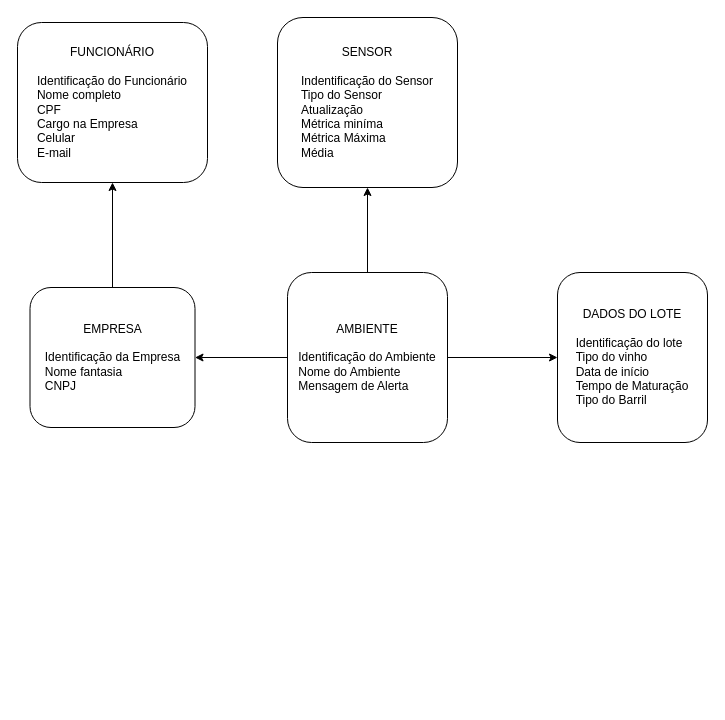
Above: Banco de Dados/Diagrama de Dados.drawio in giuliacarmona/Projeto-Diwine (draw.io), before the change. Source tidied: cells renumbered, new cells numbered last; positions are measured from the earlier drawing's top-left corner, leaving out a move shared by most shapes. Both pictures are drawn from the tidied source at 100%, with x=0, y=0 at pixel (17, 17).
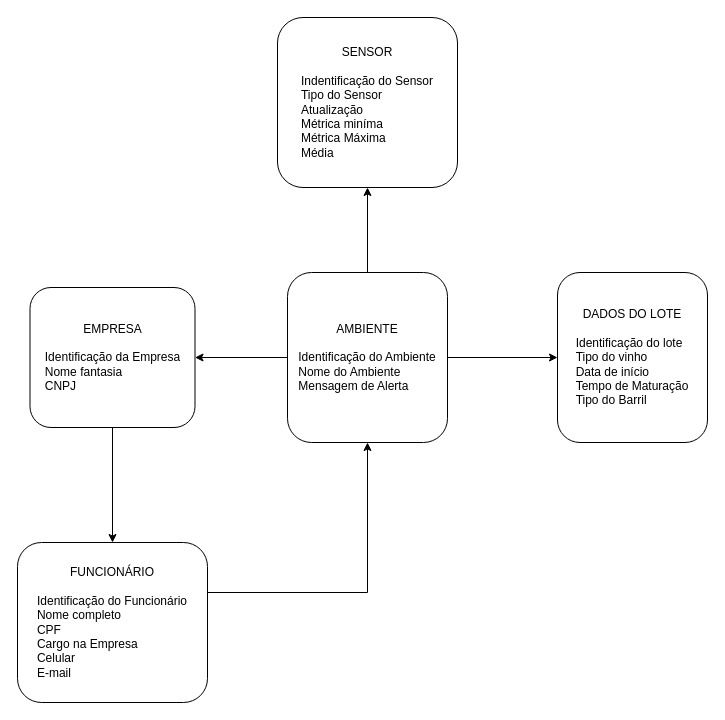
The same diagram, later.

Change to the diagram source:
```diff
@@
 <mxGraphModel>
   <root>
     <mxCell id="0" />
     <mxCell id="1" parent="0" />
     <mxCell id="2" value="&lt;div style=&quot;&quot;&gt;&lt;span style=&quot;background-color: initial;&quot;&gt;DADOS DO LOTE&lt;/span&gt;&lt;/div&gt;&lt;div style=&quot;&quot;&gt;&lt;br&gt;&lt;/div&gt;&lt;span style=&quot;background-color: initial;&quot;&gt;&lt;div style=&quot;text-align: left;&quot;&gt;&lt;span style=&quot;background-color: initial;&quot;&gt;Identificação do lote&lt;/span&gt;&lt;/div&gt;&lt;/span&gt;&lt;span style=&quot;background-color: initial;&quot;&gt;&lt;div style=&quot;text-align: left;&quot;&gt;&lt;span style=&quot;background-color: initial;&quot;&gt;Tipo do vinho&lt;/span&gt;&lt;/div&gt;&lt;/span&gt;&lt;span style=&quot;background-color: initial;&quot;&gt;&lt;div style=&quot;text-align: left;&quot;&gt;&lt;span style=&quot;background-color: initial;&quot;&gt;Data de início&lt;/span&gt;&lt;/div&gt;&lt;/span&gt;&lt;span style=&quot;background-color: initial;&quot;&gt;&lt;div style=&quot;text-align: left;&quot;&gt;&lt;span style=&quot;background-color: initial;&quot;&gt;Tempo de Maturação&lt;/span&gt;&lt;/div&gt;&lt;/span&gt;&lt;span style=&quot;background-color: initial;&quot;&gt;&lt;div style=&quot;text-align: left;&quot;&gt;&lt;span style=&quot;background-color: initial;&quot;&gt;Tipo do Barril&lt;/span&gt;&lt;/div&gt;&lt;/span&gt;&lt;div style=&quot;text-align: left;&quot;&gt;&lt;/div&gt;" style="rounded=1;whiteSpace=wrap;html=1;" parent="1" vertex="1">
       <mxGeometry x="540" y="255" width="150" height="170" as="geometry" />
     </mxCell>
     <mxCell id="3" value="&lt;div style=&quot;&quot;&gt;SENSOR&lt;/div&gt;&lt;div style=&quot;&quot;&gt;&lt;br&gt;&lt;/div&gt;&lt;div style=&quot;text-align: left;&quot;&gt;Indentificação do Sensor&lt;/div&gt;&lt;div style=&quot;text-align: left;&quot;&gt;Tipo do Sensor&lt;/div&gt;&lt;div style=&quot;text-align: left;&quot;&gt;Atualização&lt;/div&gt;&lt;div style=&quot;text-align: left;&quot;&gt;Métrica miníma&lt;/div&gt;&lt;div style=&quot;text-align: left;&quot;&gt;Métrica Máxima&lt;/div&gt;&lt;div style=&quot;text-align: left;&quot;&gt;Média&lt;/div&gt;&lt;div style=&quot;text-align: left;&quot;&gt;&lt;/div&gt;" style="rounded=1;whiteSpace=wrap;html=1;" parent="1" vertex="1">
       <mxGeometry x="260" width="180" height="170" as="geometry" />
     </mxCell>
     <mxCell id="4" style="edgeStyle=orthogonalEdgeStyle;rounded=0;jettySize=auto;html=1;" parent="1" edge="1" source="7" target="2">
       <mxGeometry relative="1" as="geometry" />
     </mxCell>
     <mxCell id="5" style="edgeStyle=orthogonalEdgeStyle;rounded=0;jettySize=auto;html=1;entryX=0.5;entryY=1;entryDx=0;entryDy=0;" parent="1" edge="1" source="7" target="3">
       <mxGeometry relative="1" as="geometry" />
     </mxCell>
     <mxCell id="6" style="edgeStyle=orthogonalEdgeStyle;rounded=0;jettySize=auto;html=1;" parent="1" edge="1" source="7" target="9">
       <mxGeometry relative="1" as="geometry" />
     </mxCell>
     <mxCell id="7" value="&lt;div style=&quot;&quot;&gt;AMBIENTE&lt;/div&gt;&lt;div style=&quot;&quot;&gt;&lt;br&gt;&lt;/div&gt;&lt;div style=&quot;text-align: left;&quot;&gt;Identificação do Ambiente&lt;/div&gt;&lt;div style=&quot;text-align: left;&quot;&gt;Nome do Ambiente&lt;/div&gt;&lt;div style=&quot;text-align: left;&quot;&gt;Mensagem de Alerta&lt;/div&gt;&lt;div style=&quot;text-align: left;&quot;&gt;&lt;/div&gt;" style="rounded=1;whiteSpace=wrap;html=1;" parent="1" vertex="1">
       <mxGeometry x="270" y="255" width="160" height="170" as="geometry" />
     </mxCell>
     <mxCell id="8" style="edgeStyle=orthogonalEdgeStyle;rounded=0;jettySize=auto;html=1;" parent="1" edge="1" source="9" target="10">
       <mxGeometry relative="1" as="geometry" />
     </mxCell>
     <mxCell id="9" value="&lt;div style=&quot;&quot;&gt;EMPRESA&lt;/div&gt;&lt;div style=&quot;&quot;&gt;&lt;br&gt;&lt;/div&gt;&lt;div style=&quot;text-align: left;&quot;&gt;Identificação da Empresa&lt;/div&gt;&lt;div style=&quot;text-align: left;&quot;&gt;Nome fantasia&lt;/div&gt;&lt;div style=&quot;text-align: left;&quot;&gt;CNPJ&lt;/div&gt;&lt;div style=&quot;text-align: left;&quot;&gt;&lt;/div&gt;" style="rounded=1;whiteSpace=wrap;html=1;" parent="1" vertex="1">
       <mxGeometry x="12.5" y="270" width="165" height="140" as="geometry" />
     </mxCell>
+    <mxCell id="11" style="edgeStyle=orthogonalEdgeStyle;rounded=0;jettySize=auto;html=1;" parent="1" edge="1" source="10" target="7">
+      <mxGeometry relative="1" as="geometry">
+        <Array as="points">
+          <mxPoint x="350" y="575" />
+        </Array>
+      </mxGeometry>
+    </mxCell>
     <mxCell id="10" value="&lt;div style=&quot;&quot;&gt;FUNCIONÁRIO&lt;/div&gt;&lt;div style=&quot;&quot;&gt;&lt;br&gt;&lt;/div&gt;&lt;div style=&quot;text-align: left;&quot;&gt;Identificação do Funcionário&lt;/div&gt;&lt;div style=&quot;text-align: left;&quot;&gt;Nome completo&lt;/div&gt;&lt;div style=&quot;text-align: left;&quot;&gt;CPF&lt;/div&gt;&lt;div style=&quot;text-align: left;&quot;&gt;Cargo na Empresa&lt;/div&gt;&lt;div style=&quot;text-align: left;&quot;&gt;Celular&lt;/div&gt;&lt;div style=&quot;text-align: left;&quot;&gt;E-mail&lt;/div&gt;&lt;div style=&quot;text-align: left;&quot;&gt;&lt;/div&gt;" style="rounded=1;whiteSpace=wrap;html=1;" parent="1" vertex="1">
-      <mxGeometry y="5" width="190" height="160" as="geometry" />
+      <mxGeometry y="525" width="190" height="160" as="geometry" />
     </mxCell>
   </root>
 </mxGraphModel>
```
